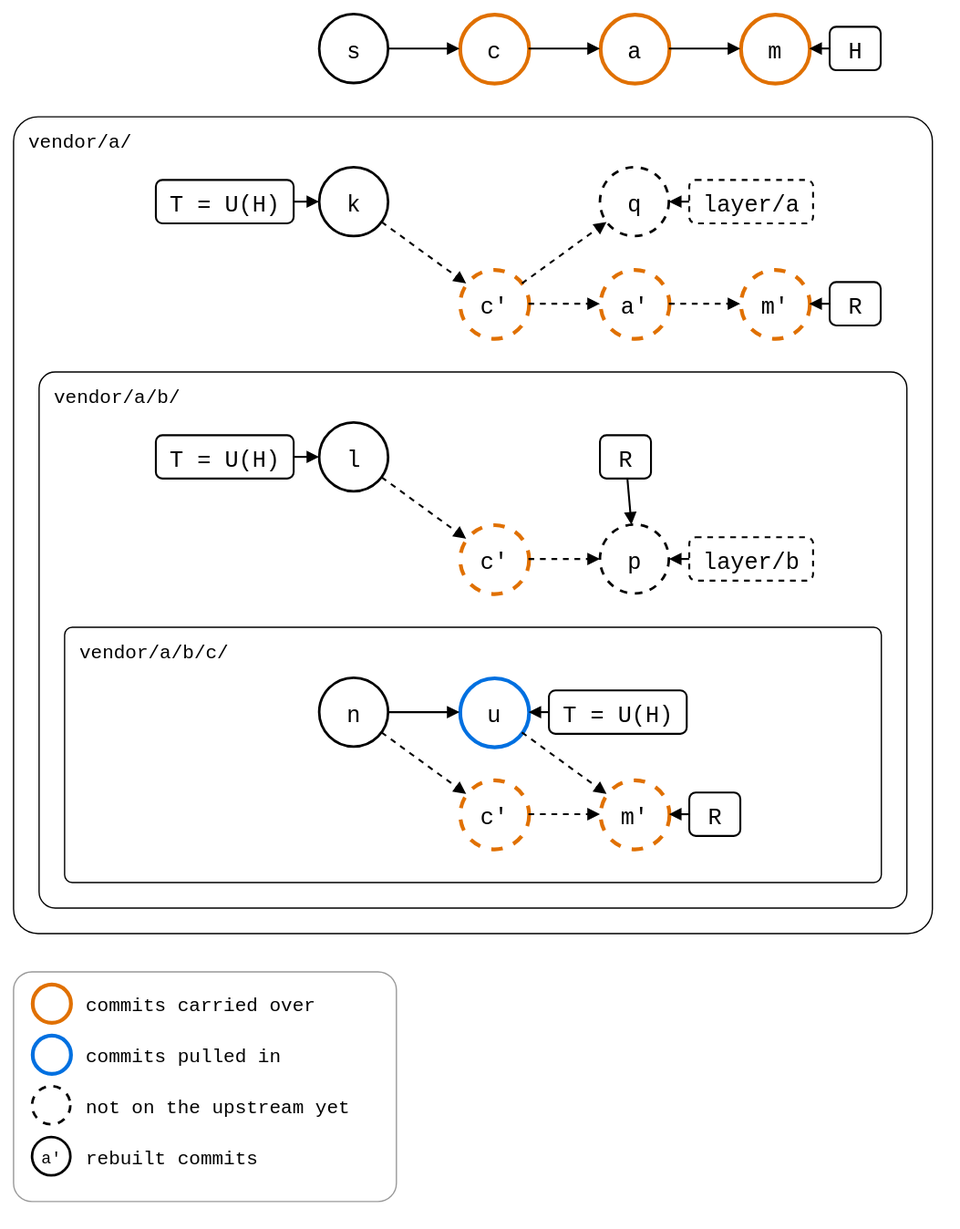
Before: docs/09-scenarios/05-nested-splices/01-nested-splices/02-three-levels/levels-merged-into-monorepo.drawio.svg, a diagram exported from draw.io (roschaefer/git-splice). Source tidied: cells renumbered, new cells last; positions are measured from the earlier drawing's top-left corner, leaving out a move shared by most shapes.
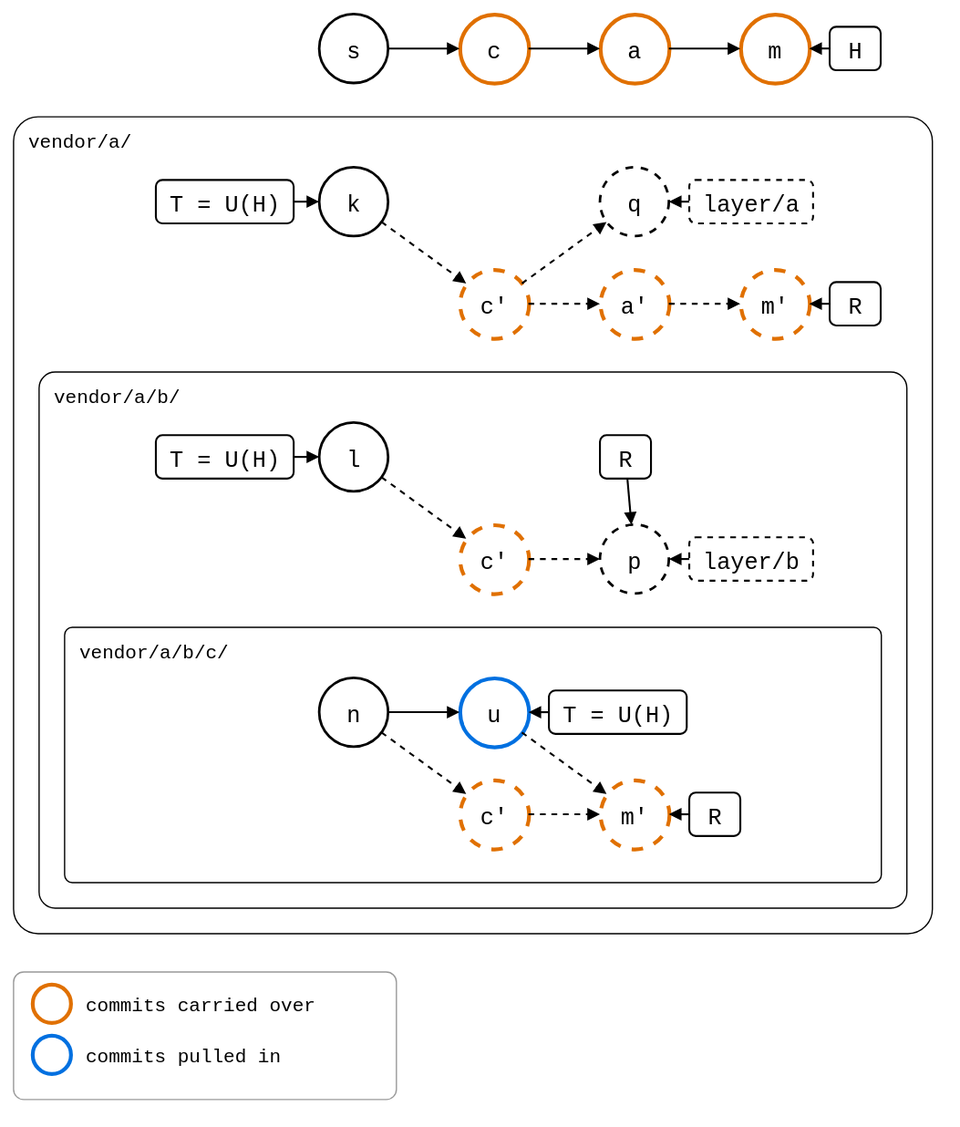
The same file after the commit.

Diff of the diagram source:
```diff
@@ -153,7 +153,7 @@
       <mxGeometry relative="1" as="geometry" />
     </mxCell>
     <mxCell id="52" style="rounded=1;arcSize=8;fillColor=none;strokeColor=#999999;strokeWidth=1;legend=1;" parent="1" vertex="1">
-      <mxGeometry y="750" width="300" height="180" as="geometry" />
+      <mxGeometry y="750" width="300" height="100" as="geometry" />
     </mxCell>
     <mxCell id="53" style="ellipse;fontSize=13;fontFamily=Roboto Mono,monospace;strokeWidth=2;strokeColor=#E07000;strokeWidth=3;" parent="52" vertex="1">
       <mxGeometry x="15" y="10" width="30" height="30" as="geometry" />
@@ -167,17 +167,5 @@
     <mxCell id="56" value="commits pulled in" style="text;align=left;verticalAlign=middle;fontSize=15;fontFamily=Roboto Mono,monospace;" parent="52" vertex="1">
       <mxGeometry x="55" y="50" width="240" height="30" as="geometry" />
     </mxCell>
-    <mxCell id="57" style="ellipse;fontSize=13;fontFamily=Roboto Mono,monospace;strokeWidth=2;dashed=1;" parent="52" vertex="1">
-      <mxGeometry x="15" y="90" width="30" height="30" as="geometry" />
-    </mxCell>
-    <mxCell id="58" value="not on the upstream yet" style="text;align=left;verticalAlign=middle;fontSize=15;fontFamily=Roboto Mono,monospace;" parent="52" vertex="1">
-      <mxGeometry x="55" y="90" width="240" height="30" as="geometry" />
-    </mxCell>
-    <mxCell id="59" value="a'" style="ellipse;fontSize=13;fontFamily=Roboto Mono,monospace;strokeWidth=2;" parent="52" vertex="1">
-      <mxGeometry x="15" y="130" width="30" height="30" as="geometry" />
-    </mxCell>
-    <mxCell id="60" value="rebuilt commits" style="text;align=left;verticalAlign=middle;fontSize=15;fontFamily=Roboto Mono,monospace;" parent="52" vertex="1">
-      <mxGeometry x="55" y="130" width="240" height="30" as="geometry" />
-    </mxCell>
   </root>
 </mxGraphModel>
```
